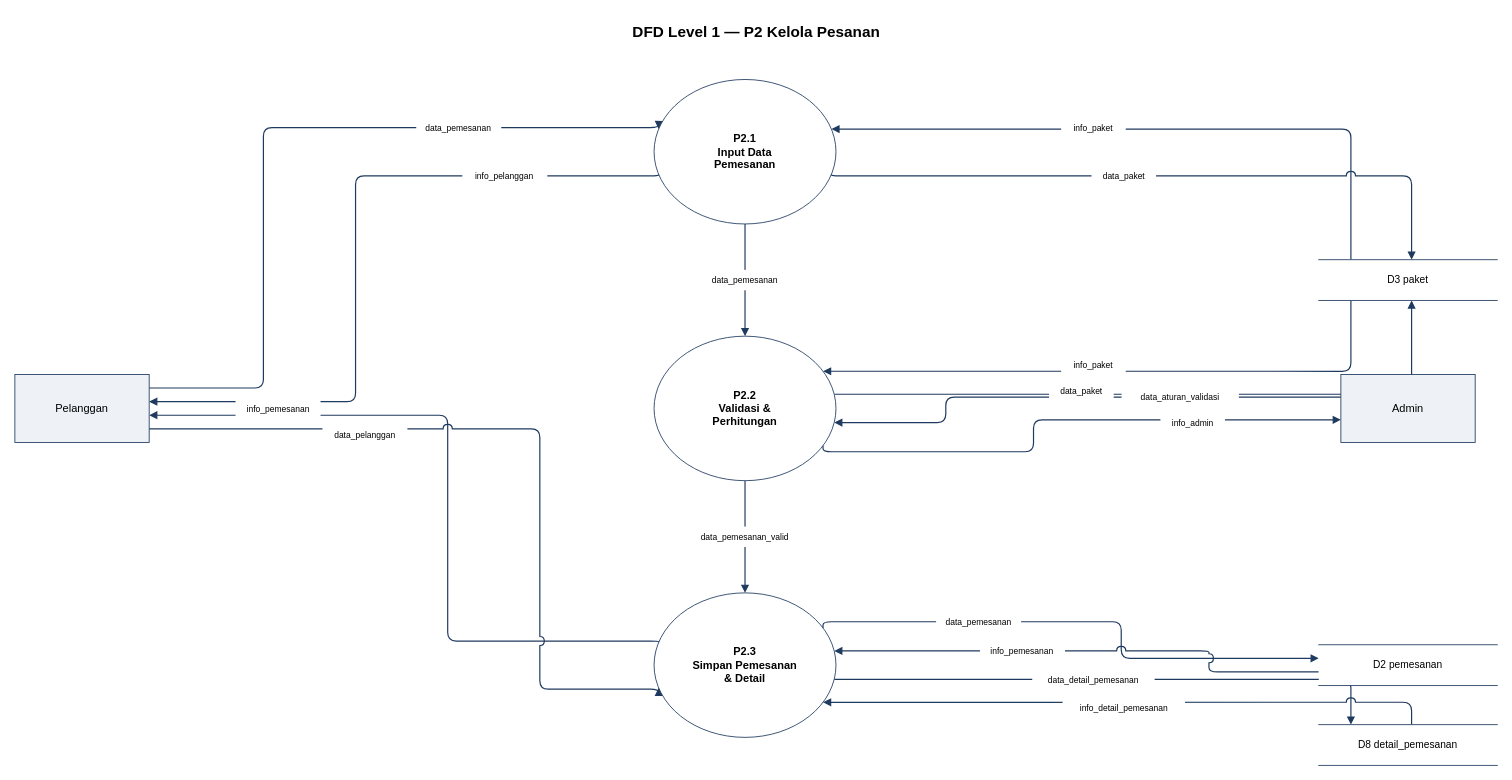
Above: result/with/mellogang_dfd_level1_P2.drawio in ryuken25/diagrams (draw.io), before the change. Source tidied: cells renumbered, new cells numbered last; positions are measured from the earlier drawing's top-left corner, leaving out a move shared by most shapes. Both pictures are drawn from the tidied source at 85%, with x=0, y=0 at pixel (14, 14).
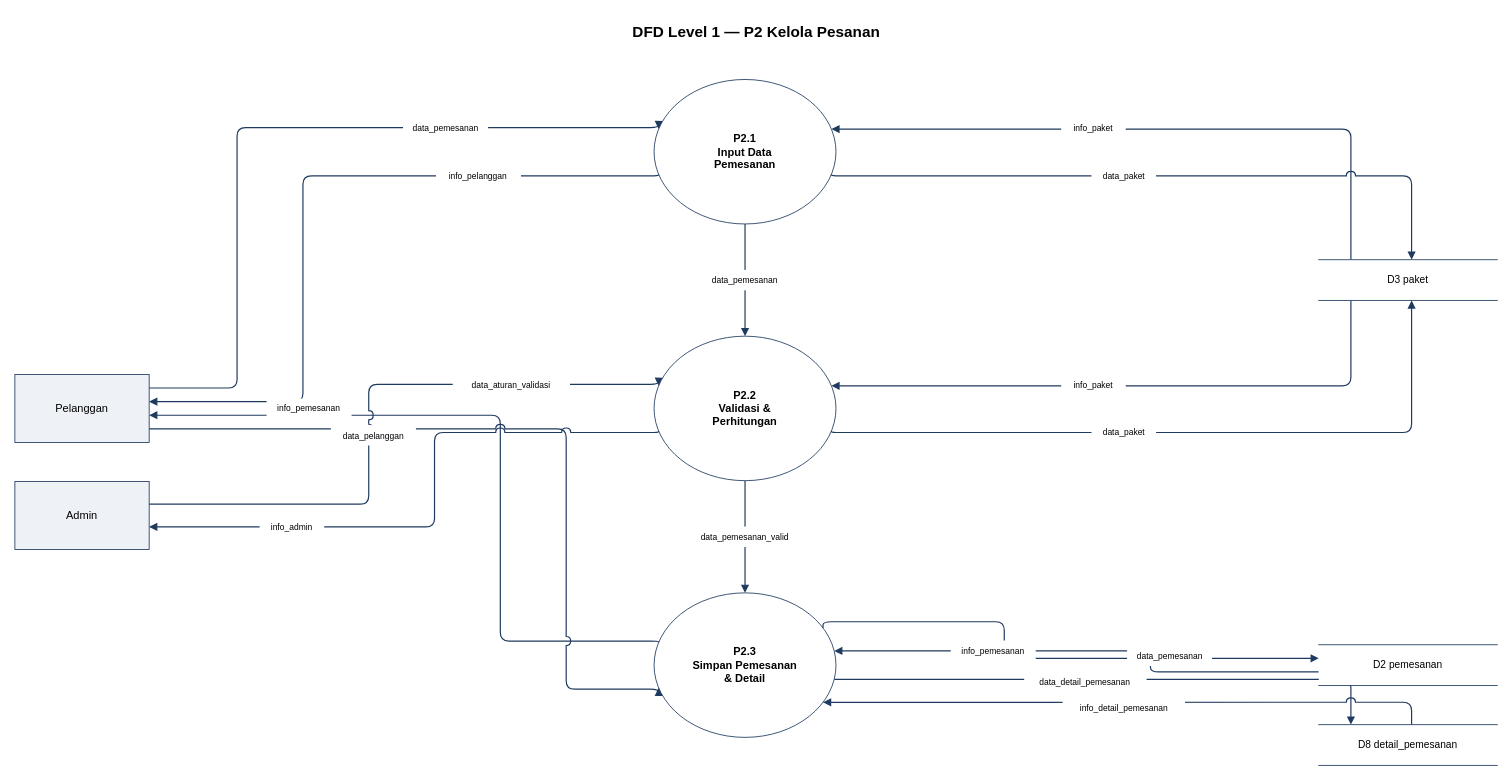
After the change.

Unchanged cells that the change refers to:
```xml
<mxCell id="18" value="P2.1&#10;Input Data&#10;Pemesanan" style="ellipse;whiteSpace=wrap;html=1;fillColor=#FFFFFF;strokeColor=#1F3A5F;fontSize=13;fontStyle=1;verticalAlign=middle;" parent="1" vertex="1">
  <mxGeometry x="752" y="76" width="214" height="170" as="geometry" />
</mxCell>
<mxCell id="19" value="P2.2&#10;Validasi &amp;&#10;Perhitungan" style="ellipse;whiteSpace=wrap;html=1;fillColor=#FFFFFF;strokeColor=#1F3A5F;fontSize=13;fontStyle=1;verticalAlign=middle;" parent="1" vertex="1">
  <mxGeometry x="752" y="378" width="214" height="170" as="geometry" />
</mxCell>
<mxCell id="20" value="P2.3&#10;Simpan Pemesanan&#10;&amp; Detail" style="ellipse;whiteSpace=wrap;html=1;fillColor=#FFFFFF;strokeColor=#1F3A5F;fontSize=13;fontStyle=1;verticalAlign=middle;" parent="1" vertex="1">
  <mxGeometry x="752" y="680" width="214" height="170" as="geometry" />
</mxCell>
<mxCell id="21" value="Pelanggan" style="rounded=0;whiteSpace=wrap;html=1;fillColor=#EEF2F7;strokeColor=#1F3A5F;fontSize=13;" parent="1" vertex="1">
  <mxGeometry y="423" width="158" height="80" as="geometry" />
</mxCell>
<mxCell id="23" value="D3  paket" style="shape=partialRectangle;top=1;bottom=1;left=0;right=0;whiteSpace=wrap;html=1;fillColor=#FFFFFF;strokeColor=#1F3A5F;fontSize=12;align=center;" parent="1" vertex="1">
  <mxGeometry x="1534" y="288" width="210" height="48" as="geometry" />
</mxCell>
<mxCell id="24" value="D2  pemesanan" style="shape=partialRectangle;top=1;bottom=1;left=0;right=0;whiteSpace=wrap;html=1;fillColor=#FFFFFF;strokeColor=#1F3A5F;fontSize=12;align=center;" parent="1" vertex="1">
  <mxGeometry x="1534" y="741" width="210" height="48" as="geometry" />
</mxCell>
```

The edit, as a diff of the source:
```diff
@@
     <mxCell id="2" style="html=1;rounded=1;strokeColor=#1F3A5F;strokeWidth=1.4;endArrow=block;startArrow=none;jumpStyle=arc;jumpSize=10;edgeStyle=orthogonalEdgeStyle;exitX=1.000;exitY=0.200;entryX=0.000;entryY=0.333;exitDx=0;exitDy=0;entryDx=0;entryDy=0;" parent="1" edge="1" source="21" target="18">
       <mxGeometry relative="1" as="geometry">
         <Array as="points">
-          <mxPoint x="292.4" y="439" />
-          <mxPoint x="292.4" y="132.7" />
+          <mxPoint x="261.4" y="439" />
+          <mxPoint x="261.4" y="132.7" />
         </Array>
       </mxGeometry>
     </mxCell>
     <mxCell id="3" style="html=1;rounded=1;strokeColor=#1F3A5F;strokeWidth=1.4;endArrow=block;startArrow=none;jumpStyle=arc;jumpSize=10;edgeStyle=orthogonalEdgeStyle;exitX=0.000;exitY=0.667;entryX=1.000;entryY=0.400;exitDx=0;exitDy=0;entryDx=0;entryDy=0;" parent="1" edge="1" source="18" target="21">
       <mxGeometry relative="1" as="geometry">
         <Array as="points">
-          <mxPoint x="400.8" y="189.3" />
-          <mxPoint x="400.8" y="455" />
+          <mxPoint x="338.9" y="189.3" />
+          <mxPoint x="338.9" y="455" />
         </Array>
       </mxGeometry>
     </mxCell>
     <mxCell id="4" style="html=1;rounded=1;strokeColor=#1F3A5F;strokeWidth=1.4;endArrow=block;startArrow=none;jumpStyle=arc;jumpSize=10;edgeStyle=orthogonalEdgeStyle;exitX=0.000;exitY=0.333;entryX=1.000;entryY=0.600;exitDx=0;exitDy=0;entryDx=0;entryDy=0;" parent="1" edge="1" source="20" target="21">
       <mxGeometry relative="1" as="geometry">
         <Array as="points">
-          <mxPoint x="509.2" y="736.7" />
-          <mxPoint x="509.2" y="471" />
+          <mxPoint x="571.1" y="736.7" />
+          <mxPoint x="571.1" y="471" />
         </Array>
       </mxGeometry>
     </mxCell>
     <mxCell id="5" style="html=1;rounded=1;strokeColor=#1F3A5F;strokeWidth=1.4;endArrow=block;startArrow=none;jumpStyle=arc;jumpSize=10;edgeStyle=orthogonalEdgeStyle;exitX=1.000;exitY=0.800;entryX=0.000;entryY=0.667;exitDx=0;exitDy=0;entryDx=0;entryDy=0;" parent="1" edge="1" source="21" target="20">
       <mxGeometry relative="1" as="geometry">
         <Array as="points">
-          <mxPoint x="617.6" y="487" />
-          <mxPoint x="617.6" y="793.3" />
+          <mxPoint x="648.6" y="487" />
+          <mxPoint x="648.6" y="793.3" />
         </Array>
       </mxGeometry>
     </mxCell>
-    <mxCell id="6" style="html=1;rounded=1;strokeColor=#1F3A5F;strokeWidth=1.4;endArrow=block;startArrow=none;jumpStyle=arc;jumpSize=10;edgeStyle=orthogonalEdgeStyle;exitX=0.000;exitY=0.333;entryX=1.000;entryY=0.600;exitDx=0;exitDy=0;entryDx=0;entryDy=0;" parent="1" edge="1" source="22" target="19">
+    <mxCell id="6" style="html=1;rounded=1;strokeColor=#1F3A5F;strokeWidth=1.4;endArrow=block;startArrow=none;jumpStyle=arc;jumpSize=10;edgeStyle=orthogonalEdgeStyle;exitX=1.000;exitY=0.333;entryX=0.000;entryY=0.333;exitDx=0;exitDy=0;entryDx=0;entryDy=0;" parent="1" edge="1" source="22" target="19">
       <mxGeometry relative="1" as="geometry">
         <Array as="points">
-          <mxPoint x="1095.2" y="449.7" />
-          <mxPoint x="1095.2" y="480" />
+          <mxPoint x="416.3" y="575.7" />
+          <mxPoint x="416.3" y="434.7" />
         </Array>
       </mxGeometry>
     </mxCell>
-    <mxCell id="7" style="html=1;rounded=1;strokeColor=#1F3A5F;strokeWidth=1.4;endArrow=block;startArrow=none;jumpStyle=arc;jumpSize=10;edgeStyle=orthogonalEdgeStyle;exitX=1.000;exitY=0.800;entryX=0.000;entryY=0.667;exitDx=0;exitDy=0;entryDx=0;entryDy=0;" parent="1" edge="1" source="19" target="22">
+    <mxCell id="7" style="html=1;rounded=1;strokeColor=#1F3A5F;strokeWidth=1.4;endArrow=block;startArrow=none;jumpStyle=arc;jumpSize=10;edgeStyle=orthogonalEdgeStyle;exitX=0.000;exitY=0.667;entryX=1.000;entryY=0.667;exitDx=0;exitDy=0;entryDx=0;entryDy=0;" parent="1" edge="1" source="19" target="22">
       <mxGeometry relative="1" as="geometry">
         <Array as="points">
-          <mxPoint x="1198.4" y="514" />
-          <mxPoint x="1198.4" y="476.3" />
+          <mxPoint x="493.7" y="491.3" />
+          <mxPoint x="493.7" y="602.3" />
         </Array>
       </mxGeometry>
     </mxCell>
@@
-    <mxCell id="10" style="html=1;rounded=1;strokeColor=#1F3A5F;strokeWidth=1.4;endArrow=block;startArrow=none;jumpStyle=arc;jumpSize=10;edgeStyle=orthogonalEdgeStyle;exitX=0.180;exitY=1.000;entryX=1.000;entryY=0.200;exitDx=0;exitDy=0;entryDx=0;entryDy=0;" parent="1" edge="1" source="23" target="19">
+    <mxCell id="10" style="html=1;rounded=1;strokeColor=#1F3A5F;strokeWidth=1.4;endArrow=block;startArrow=none;jumpStyle=arc;jumpSize=10;edgeStyle=orthogonalEdgeStyle;exitX=0.180;exitY=1.000;entryX=1.000;entryY=0.333;exitDx=0;exitDy=0;entryDx=0;entryDy=0;" parent="1" edge="1" source="23" target="19">
       <mxGeometry relative="1" as="geometry">
         <Array as="points">
           <mxPoint x="1571.8" y="336" />
-          <mxPoint x="1571.8" y="412" />
+          <mxPoint x="1571.8" y="434.7" />
         </Array>
       </mxGeometry>
     </mxCell>
-    <mxCell id="11" style="html=1;rounded=1;strokeColor=#1F3A5F;strokeWidth=1.4;endArrow=block;startArrow=none;jumpStyle=arc;jumpSize=10;edgeStyle=orthogonalEdgeStyle;exitX=1.000;exitY=0.400;entryX=0.520;entryY=1.000;exitDx=0;exitDy=0;entryDx=0;entryDy=0;" parent="1" edge="1" source="19" target="23">
+    <mxCell id="11" style="html=1;rounded=1;strokeColor=#1F3A5F;strokeWidth=1.4;endArrow=block;startArrow=none;jumpStyle=arc;jumpSize=10;edgeStyle=orthogonalEdgeStyle;exitX=1.000;exitY=0.667;entryX=0.520;entryY=1.000;exitDx=0;exitDy=0;entryDx=0;entryDy=0;" parent="1" edge="1" source="19" target="23">
       <mxGeometry relative="1" as="geometry">
         <Array as="points">
-          <mxPoint x="1643.2" y="446" />
+          <mxPoint x="1643.2" y="491.3" />
           <mxPoint x="1643.2" y="336" />
         </Array>
       </mxGeometry>
     </mxCell>
     <mxCell id="12" style="html=1;rounded=1;strokeColor=#1F3A5F;strokeWidth=1.4;endArrow=block;startArrow=none;jumpStyle=arc;jumpSize=10;edgeStyle=orthogonalEdgeStyle;exitX=1.000;exitY=0.200;entryX=0.000;entryY=0.333;exitDx=0;exitDy=0;entryDx=0;entryDy=0;" parent="1" edge="1" source="20" target="24">
       <mxGeometry relative="1" as="geometry">
         <Array as="points">
-          <mxPoint x="1301.6" y="714" />
-          <mxPoint x="1301.6" y="757" />
+          <mxPoint x="1164" y="714" />
+          <mxPoint x="1164" y="757" />
         </Array>
       </mxGeometry>
     </mxCell>
     <mxCell id="13" style="html=1;rounded=1;strokeColor=#1F3A5F;strokeWidth=1.4;endArrow=block;startArrow=none;jumpStyle=arc;jumpSize=10;edgeStyle=orthogonalEdgeStyle;exitX=0.000;exitY=0.667;entryX=1.000;entryY=0.400;exitDx=0;exitDy=0;entryDx=0;entryDy=0;" parent="1" edge="1" source="24" target="20">
       <mxGeometry relative="1" as="geometry">
         <Array as="points">
-          <mxPoint x="1404.8" y="773" />
-          <mxPoint x="1404.8" y="748" />
+          <mxPoint x="1336" y="773" />
+          <mxPoint x="1336" y="748" />
         </Array>
       </mxGeometry>
     </mxCell>
@@
     <mxCell id="22" value="Admin" style="rounded=0;whiteSpace=wrap;html=1;fillColor=#EEF2F7;strokeColor=#1F3A5F;fontSize=13;" parent="1" vertex="1">
-      <mxGeometry x="1560" y="423" width="158" height="80" as="geometry" />
+      <mxGeometry y="549" width="158" height="80" as="geometry" />
     </mxCell>
@@
     <mxCell id="26" value="data_pemesanan" style="text;html=1;align=center;verticalAlign=middle;fontSize=10;rounded=0;fillColor=#FFFFFF;strokeColor=none;whiteSpace=wrap;spacing=2;" parent="1" vertex="1">
-      <mxGeometry x="472.2" y="120.7" width="100" height="24" as="geometry" />
+      <mxGeometry x="456.7" y="120.7" width="100" height="24" as="geometry" />
     </mxCell>
     <mxCell id="27" value="info_pelanggan" style="text;html=1;align=center;verticalAlign=middle;fontSize=10;rounded=0;fillColor=#FFFFFF;strokeColor=none;whiteSpace=wrap;spacing=2;" parent="1" vertex="1">
-      <mxGeometry x="526.4" y="177.4" width="100" height="24" as="geometry" />
+      <mxGeometry x="495.4" y="177.4" width="100" height="24" as="geometry" />
     </mxCell>
     <mxCell id="28" value="info_pemesanan" style="text;html=1;align=center;verticalAlign=middle;fontSize=10;rounded=0;fillColor=#FFFFFF;strokeColor=none;whiteSpace=wrap;spacing=2;" parent="1" vertex="1">
-      <mxGeometry x="259.6" y="451.9" width="100" height="24" as="geometry" />
+      <mxGeometry x="296.1" y="451.4" width="100" height="24" as="geometry" />
     </mxCell>
     <mxCell id="29" value="data_pelanggan" style="text;html=1;align=center;verticalAlign=middle;fontSize=10;rounded=0;fillColor=#FFFFFF;strokeColor=none;whiteSpace=wrap;spacing=2;" parent="1" vertex="1">
-      <mxGeometry x="361.8" y="482.1" width="100" height="24" as="geometry" />
+      <mxGeometry x="371.8" y="482.6" width="100" height="24" as="geometry" />
     </mxCell>
     <mxCell id="30" value="data_aturan_validasi" style="text;html=1;align=center;verticalAlign=middle;fontSize=10;rounded=0;fillColor=#FFFFFF;strokeColor=none;whiteSpace=wrap;spacing=2;" parent="1" vertex="1">
-      <mxGeometry x="1302" y="437.2" width="138" height="24" as="geometry" />
+      <mxGeometry x="515.1" y="422.7" width="138" height="24" as="geometry" />
     </mxCell>
     <mxCell id="31" value="info_admin" style="text;html=1;align=center;verticalAlign=middle;fontSize=10;rounded=0;fillColor=#FFFFFF;strokeColor=none;whiteSpace=wrap;spacing=2;" parent="1" vertex="1">
-      <mxGeometry x="1347.7" y="468.1" width="76" height="24" as="geometry" />
+      <mxGeometry x="287.9" y="590.3" width="76" height="24" as="geometry" />
     </mxCell>
@@
     <mxCell id="34" value="info_paket" style="text;html=1;align=center;verticalAlign=middle;fontSize=10;rounded=0;fillColor=#FFFFFF;strokeColor=none;whiteSpace=wrap;spacing=2;" parent="1" vertex="1">
-      <mxGeometry x="1230.9" y="400" width="76" height="24" as="geometry" />
+      <mxGeometry x="1230.9" y="422.7" width="76" height="24" as="geometry" />
     </mxCell>
     <mxCell id="35" value="data_paket" style="text;html=1;align=center;verticalAlign=middle;fontSize=10;rounded=0;fillColor=#FFFFFF;strokeColor=none;whiteSpace=wrap;spacing=2;" parent="1" vertex="1">
-      <mxGeometry x="1216.7" y="430.7" width="76" height="24" as="geometry" />
+      <mxGeometry x="1266.6" y="479.4" width="76" height="24" as="geometry" />
     </mxCell>
     <mxCell id="36" value="data_pemesanan" style="text;html=1;align=center;verticalAlign=middle;fontSize=10;rounded=0;fillColor=#FFFFFF;strokeColor=none;whiteSpace=wrap;spacing=2;" parent="1" vertex="1">
-      <mxGeometry x="1083.8" y="702" width="100" height="24" as="geometry" />
+      <mxGeometry x="1308.5" y="742" width="100" height="24" as="geometry" />
     </mxCell>
     <mxCell id="37" value="info_pemesanan" style="text;html=1;align=center;verticalAlign=middle;fontSize=10;rounded=0;fillColor=#FFFFFF;strokeColor=none;whiteSpace=wrap;spacing=2;" parent="1" vertex="1">
-      <mxGeometry x="1135.4" y="736" width="100" height="24" as="geometry" />
+      <mxGeometry x="1101" y="736" width="100" height="24" as="geometry" />
     </mxCell>
     <mxCell id="38" value="data_detail_pemesanan" style="text;html=1;align=center;verticalAlign=middle;fontSize=10;rounded=0;fillColor=#FFFFFF;strokeColor=none;whiteSpace=wrap;spacing=2;" parent="1" vertex="1">
-      <mxGeometry x="1196.9" y="770" width="144" height="24" as="geometry" />
+      <mxGeometry x="1187.4" y="773" width="144" height="24" as="geometry" />
     </mxCell>
```
